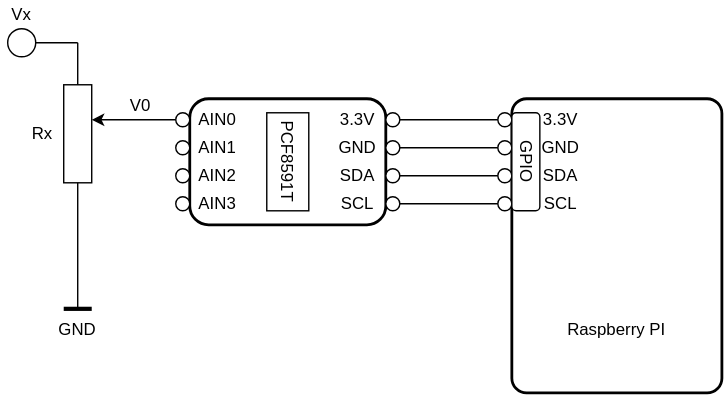
jveverka/rpi-projects keeps this draw.io diagram as rpi-voltage-current/docs/rpi-voltage-current-reference.drawio.svg. Above is the earlier version. Source tidied: cells renumbered, new cells last; positions are measured from the earlier drawing's top-left corner, leaving out a move shared by most shapes. The source it was exported from:
```xml
<mxGraphModel>
  <root>
    <mxCell id="0" />
    <mxCell id="1" parent="0" />
    <mxCell id="2" style="rounded=1;whiteSpace=wrap;html=1;arcSize=7;strokeWidth=2;" parent="1" vertex="1">
      <mxGeometry x="365" y="70" width="150" height="210" as="geometry" />
    </mxCell>
    <mxCell id="3" style="rounded=0;whiteSpace=wrap;html=1;" parent="1" vertex="1">
      <mxGeometry x="45" y="60" width="20" height="70" as="geometry" />
    </mxCell>
    <mxCell id="4" style="rounded=1;whiteSpace=wrap;html=1;strokeWidth=2;" parent="1" vertex="1">
      <mxGeometry x="135" y="70" width="140" height="90" as="geometry" />
    </mxCell>
    <mxCell id="5" style="endArrow=none;html=1;rounded=0;entryX=0.5;entryY=1;entryDx=0;entryDy=0;" parent="1" edge="1" target="3">
      <mxGeometry relative="1" as="geometry">
        <mxPoint x="55" y="220" as="sourcePoint" />
      </mxGeometry>
    </mxCell>
    <mxCell id="6" style="ellipse;whiteSpace=wrap;html=1;" parent="1" vertex="1">
      <mxGeometry x="125" y="80" width="10" height="10" as="geometry" />
    </mxCell>
    <mxCell id="7" style="ellipse;whiteSpace=wrap;html=1;" parent="1" vertex="1">
      <mxGeometry x="125" y="100" width="10" height="10" as="geometry" />
    </mxCell>
    <mxCell id="8" style="ellipse;whiteSpace=wrap;html=1;" parent="1" vertex="1">
      <mxGeometry x="125" y="120" width="10" height="10" as="geometry" />
    </mxCell>
    <mxCell id="9" style="ellipse;whiteSpace=wrap;html=1;" parent="1" vertex="1">
      <mxGeometry x="125" y="140" width="10" height="10" as="geometry" />
    </mxCell>
    <mxCell id="10" value="AIN0" style="text;html=1;strokeColor=none;fillColor=none;align=center;verticalAlign=middle;whiteSpace=wrap;rounded=0;" parent="1" vertex="1">
      <mxGeometry x="135" y="75" width="40" height="20" as="geometry" />
    </mxCell>
    <mxCell id="11" value="AIN1" style="text;html=1;strokeColor=none;fillColor=none;align=center;verticalAlign=middle;whiteSpace=wrap;rounded=0;" parent="1" vertex="1">
      <mxGeometry x="135" y="95" width="40" height="20" as="geometry" />
    </mxCell>
    <mxCell id="12" value="AIN2" style="text;html=1;strokeColor=none;fillColor=none;align=center;verticalAlign=middle;whiteSpace=wrap;rounded=0;" parent="1" vertex="1">
      <mxGeometry x="135" y="115" width="40" height="20" as="geometry" />
    </mxCell>
    <mxCell id="13" value="AIN3" style="text;html=1;strokeColor=none;fillColor=none;align=center;verticalAlign=middle;whiteSpace=wrap;rounded=0;" parent="1" vertex="1">
      <mxGeometry x="135" y="135" width="40" height="20" as="geometry" />
    </mxCell>
    <mxCell id="14" style="endArrow=classic;html=1;rounded=0;exitX=0;exitY=0.5;exitDx=0;exitDy=0;" parent="1" edge="1" source="6">
      <mxGeometry relative="1" as="geometry">
        <mxPoint x="65" y="85" as="targetPoint" />
      </mxGeometry>
    </mxCell>
    <mxCell id="15" value="PCF8591T" style="rounded=0;whiteSpace=wrap;html=1;rotation=90;" parent="1" vertex="1">
      <mxGeometry x="170" y="100" width="70" height="30" as="geometry" />
    </mxCell>
    <mxCell id="16" style="ellipse;whiteSpace=wrap;html=1;" parent="1" vertex="1">
      <mxGeometry x="275" y="80" width="10" height="10" as="geometry" />
    </mxCell>
    <mxCell id="17" style="ellipse;whiteSpace=wrap;html=1;" parent="1" vertex="1">
      <mxGeometry x="275" y="100" width="10" height="10" as="geometry" />
    </mxCell>
    <mxCell id="18" style="ellipse;whiteSpace=wrap;html=1;" parent="1" vertex="1">
      <mxGeometry x="275" y="120" width="10" height="10" as="geometry" />
    </mxCell>
    <mxCell id="19" style="ellipse;whiteSpace=wrap;html=1;" parent="1" vertex="1">
      <mxGeometry x="275" y="140" width="10" height="10" as="geometry" />
    </mxCell>
    <mxCell id="20" style="endArrow=none;html=1;rounded=0;strokeWidth=3;" parent="1" edge="1">
      <mxGeometry relative="1" as="geometry">
        <mxPoint x="45" y="220" as="sourcePoint" />
        <mxPoint x="65" y="220" as="targetPoint" />
      </mxGeometry>
    </mxCell>
    <mxCell id="21" value="GND" style="text;html=1;strokeColor=none;fillColor=none;align=center;verticalAlign=middle;whiteSpace=wrap;rounded=0;" parent="1" vertex="1">
      <mxGeometry x="25" y="220" width="60" height="30" as="geometry" />
    </mxCell>
    <mxCell id="22" style="endArrow=none;html=1;rounded=0;strokeWidth=1;exitX=0.5;exitY=0;exitDx=0;exitDy=0;" parent="1" edge="1" source="3">
      <mxGeometry relative="1" as="geometry">
        <mxPoint x="55" y="30" as="targetPoint" />
      </mxGeometry>
    </mxCell>
    <mxCell id="23" style="ellipse;whiteSpace=wrap;html=1;" parent="1" vertex="1">
      <mxGeometry x="5" y="20" width="20" height="20" as="geometry" />
    </mxCell>
    <mxCell id="24" style="endArrow=none;html=1;rounded=0;strokeWidth=1;exitX=1;exitY=0.5;exitDx=0;exitDy=0;" parent="1" edge="1" source="23">
      <mxGeometry relative="1" as="geometry">
        <mxPoint x="55" y="30" as="targetPoint" />
      </mxGeometry>
    </mxCell>
    <mxCell id="25" value="Vx" style="text;html=1;strokeColor=none;fillColor=none;align=center;verticalAlign=middle;whiteSpace=wrap;rounded=0;" parent="1" vertex="1">
      <mxGeometry width="30" height="20" as="geometry" />
    </mxCell>
    <mxCell id="26" style="ellipse;whiteSpace=wrap;html=1;" parent="1" vertex="1">
      <mxGeometry x="355" y="80" width="10" height="10" as="geometry" />
    </mxCell>
    <mxCell id="27" style="ellipse;whiteSpace=wrap;html=1;" parent="1" vertex="1">
      <mxGeometry x="355" y="100" width="10" height="10" as="geometry" />
    </mxCell>
    <mxCell id="28" style="ellipse;whiteSpace=wrap;html=1;" parent="1" vertex="1">
      <mxGeometry x="355" y="120" width="10" height="10" as="geometry" />
    </mxCell>
    <mxCell id="29" style="ellipse;whiteSpace=wrap;html=1;" parent="1" vertex="1">
      <mxGeometry x="355" y="140" width="10" height="10" as="geometry" />
    </mxCell>
    <mxCell id="30" value="3.3V" style="text;html=1;strokeColor=none;fillColor=none;align=center;verticalAlign=middle;whiteSpace=wrap;rounded=0;" parent="1" vertex="1">
      <mxGeometry x="385" y="75" width="30" height="20" as="geometry" />
    </mxCell>
    <mxCell id="31" value="GND" style="text;html=1;strokeColor=none;fillColor=none;align=center;verticalAlign=middle;whiteSpace=wrap;rounded=0;" parent="1" vertex="1">
      <mxGeometry x="385" y="95" width="30" height="20" as="geometry" />
    </mxCell>
    <mxCell id="32" value="SDA" style="text;html=1;strokeColor=none;fillColor=none;align=center;verticalAlign=middle;whiteSpace=wrap;rounded=0;" parent="1" vertex="1">
      <mxGeometry x="385" y="115" width="30" height="20" as="geometry" />
    </mxCell>
    <mxCell id="33" value="SCL" style="text;html=1;strokeColor=none;fillColor=none;align=center;verticalAlign=middle;whiteSpace=wrap;rounded=0;" parent="1" vertex="1">
      <mxGeometry x="385" y="135" width="30" height="20" as="geometry" />
    </mxCell>
    <mxCell id="34" value="Rx" style="text;html=1;strokeColor=none;fillColor=none;align=center;verticalAlign=middle;whiteSpace=wrap;rounded=0;" parent="1" vertex="1">
      <mxGeometry x="15" y="85" width="30" height="20" as="geometry" />
    </mxCell>
    <mxCell id="35" style="endArrow=none;html=1;rounded=0;strokeWidth=1;entryX=0;entryY=0.5;entryDx=0;entryDy=0;exitX=1;exitY=0.5;exitDx=0;exitDy=0;" parent="1" edge="1" source="16" target="26">
      <mxGeometry relative="1" as="geometry" />
    </mxCell>
    <mxCell id="36" style="endArrow=none;html=1;rounded=0;strokeWidth=1;entryX=0;entryY=0.5;entryDx=0;entryDy=0;exitX=1;exitY=0.5;exitDx=0;exitDy=0;" parent="1" edge="1" source="17" target="27">
      <mxGeometry relative="1" as="geometry" />
    </mxCell>
    <mxCell id="37" style="endArrow=none;html=1;rounded=0;strokeWidth=1;entryX=0;entryY=0.5;entryDx=0;entryDy=0;exitX=1;exitY=0.5;exitDx=0;exitDy=0;" parent="1" edge="1" source="18" target="28">
      <mxGeometry relative="1" as="geometry" />
    </mxCell>
    <mxCell id="38" style="endArrow=none;html=1;rounded=0;strokeWidth=1;entryX=0;entryY=0.5;entryDx=0;entryDy=0;exitX=1;exitY=0.5;exitDx=0;exitDy=0;" parent="1" edge="1" source="19" target="29">
      <mxGeometry relative="1" as="geometry" />
    </mxCell>
    <mxCell id="39" value="3.3V" style="text;html=1;strokeColor=none;fillColor=none;align=center;verticalAlign=middle;whiteSpace=wrap;rounded=0;" parent="1" vertex="1">
      <mxGeometry x="240" y="75" width="30" height="20" as="geometry" />
    </mxCell>
    <mxCell id="40" value="GND" style="text;html=1;strokeColor=none;fillColor=none;align=center;verticalAlign=middle;whiteSpace=wrap;rounded=0;" parent="1" vertex="1">
      <mxGeometry x="240" y="95" width="30" height="20" as="geometry" />
    </mxCell>
    <mxCell id="41" value="SDA" style="text;html=1;strokeColor=none;fillColor=none;align=center;verticalAlign=middle;whiteSpace=wrap;rounded=0;" parent="1" vertex="1">
      <mxGeometry x="240" y="115" width="30" height="20" as="geometry" />
    </mxCell>
    <mxCell id="42" value="SCL" style="text;html=1;strokeColor=none;fillColor=none;align=center;verticalAlign=middle;whiteSpace=wrap;rounded=0;" parent="1" vertex="1">
      <mxGeometry x="240" y="135" width="30" height="20" as="geometry" />
    </mxCell>
    <mxCell id="43" value="V0" style="text;html=1;strokeColor=none;fillColor=none;align=center;verticalAlign=middle;whiteSpace=wrap;rounded=0;" parent="1" vertex="1">
      <mxGeometry x="85" y="65" width="30" height="20" as="geometry" />
    </mxCell>
    <mxCell id="44" value="Raspberry PI" style="text;html=1;strokeColor=none;fillColor=none;align=center;verticalAlign=middle;whiteSpace=wrap;rounded=0;" parent="1" vertex="1">
      <mxGeometry x="395" y="220" width="90" height="30" as="geometry" />
    </mxCell>
    <mxCell id="45" value="GPIO" style="rounded=1;whiteSpace=wrap;html=1;rotation=90;" parent="1" vertex="1">
      <mxGeometry x="340" y="105" width="70" height="20" as="geometry" />
    </mxCell>
  </root>
</mxGraphModel>
```
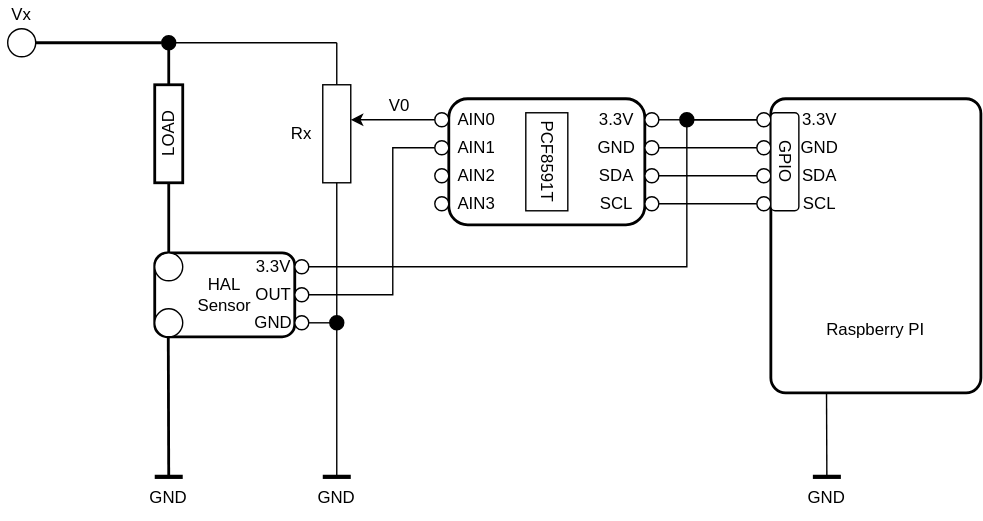
After the change.

What changed in the source:
```diff
@@ -11,9 +11,9 @@
     <mxCell id="4" style="rounded=1;whiteSpace=wrap;html=1;strokeWidth=2;" parent="1" vertex="1">
       <mxGeometry x="135" y="70" width="140" height="90" as="geometry" />
     </mxCell>
-    <mxCell id="5" style="endArrow=none;html=1;rounded=0;entryX=0.5;entryY=1;entryDx=0;entryDy=0;" parent="1" edge="1" target="3">
+    <mxCell id="5" style="endArrow=none;html=1;rounded=0;entryX=0.5;entryY=1;entryDx=0;entryDy=0;exitX=0.5;exitY=0;exitDx=0;exitDy=0;" parent="1" edge="1" target="3">
       <mxGeometry relative="1" as="geometry">
-        <mxPoint x="55" y="220" as="sourcePoint" />
+        <mxPoint x="55" y="340" as="sourcePoint" />
       </mxGeometry>
     </mxCell>
     <mxCell id="6" style="ellipse;whiteSpace=wrap;html=1;" parent="1" vertex="1">
@@ -62,12 +62,12 @@
     </mxCell>
     <mxCell id="20" style="endArrow=none;html=1;rounded=0;strokeWidth=3;" parent="1" edge="1">
       <mxGeometry relative="1" as="geometry">
-        <mxPoint x="45" y="220" as="sourcePoint" />
-        <mxPoint x="65" y="220" as="targetPoint" />
+        <mxPoint x="45" y="340" as="sourcePoint" />
+        <mxPoint x="65" y="340" as="targetPoint" />
       </mxGeometry>
     </mxCell>
     <mxCell id="21" value="GND" style="text;html=1;strokeColor=none;fillColor=none;align=center;verticalAlign=middle;whiteSpace=wrap;rounded=0;" parent="1" vertex="1">
-      <mxGeometry x="25" y="220" width="60" height="30" as="geometry" />
+      <mxGeometry x="25" y="340" width="60" height="30" as="geometry" />
     </mxCell>
     <mxCell id="22" style="endArrow=none;html=1;rounded=0;strokeWidth=1;exitX=0.5;exitY=0;exitDx=0;exitDy=0;" parent="1" edge="1" source="3">
       <mxGeometry relative="1" as="geometry">
@@ -75,15 +75,15 @@
       </mxGeometry>
     </mxCell>
     <mxCell id="23" style="ellipse;whiteSpace=wrap;html=1;" parent="1" vertex="1">
-      <mxGeometry x="5" y="20" width="20" height="20" as="geometry" />
+      <mxGeometry x="-180" y="20" width="20" height="20" as="geometry" />
     </mxCell>
-    <mxCell id="24" style="endArrow=none;html=1;rounded=0;strokeWidth=1;exitX=1;exitY=0.5;exitDx=0;exitDy=0;" parent="1" edge="1" source="23">
+    <mxCell id="24" style="endArrow=none;html=1;rounded=0;strokeWidth=1;exitX=1;exitY=0.5;exitDx=0;exitDy=0;startArrow=none;" parent="1" edge="1" source="65">
       <mxGeometry relative="1" as="geometry">
         <mxPoint x="55" y="30" as="targetPoint" />
       </mxGeometry>
     </mxCell>
     <mxCell id="25" value="Vx" style="text;html=1;strokeColor=none;fillColor=none;align=center;verticalAlign=middle;whiteSpace=wrap;rounded=0;" parent="1" vertex="1">
-      <mxGeometry width="30" height="20" as="geometry" />
+      <mxGeometry x="-185" width="30" height="20" as="geometry" />
     </mxCell>
     <mxCell id="26" style="ellipse;whiteSpace=wrap;html=1;" parent="1" vertex="1">
       <mxGeometry x="355" y="80" width="10" height="10" as="geometry" />
@@ -112,7 +112,7 @@
     <mxCell id="34" value="Rx" style="text;html=1;strokeColor=none;fillColor=none;align=center;verticalAlign=middle;whiteSpace=wrap;rounded=0;" parent="1" vertex="1">
       <mxGeometry x="15" y="85" width="30" height="20" as="geometry" />
     </mxCell>
-    <mxCell id="35" style="endArrow=none;html=1;rounded=0;strokeWidth=1;entryX=0;entryY=0.5;entryDx=0;entryDy=0;exitX=1;exitY=0.5;exitDx=0;exitDy=0;" parent="1" edge="1" source="16" target="26">
+    <mxCell id="35" style="endArrow=none;html=1;rounded=0;strokeWidth=1;entryX=0;entryY=0.5;entryDx=0;entryDy=0;exitX=1;exitY=0.5;exitDx=0;exitDy=0;startArrow=none;" parent="1" edge="1" source="68" target="26">
       <mxGeometry relative="1" as="geometry" />
     </mxCell>
     <mxCell id="36" style="endArrow=none;html=1;rounded=0;strokeWidth=1;entryX=0;entryY=0.5;entryDx=0;entryDy=0;exitX=1;exitY=0.5;exitDx=0;exitDy=0;" parent="1" edge="1" source="17" target="27">
@@ -145,5 +145,111 @@
     <mxCell id="45" value="GPIO" style="rounded=1;whiteSpace=wrap;html=1;rotation=90;" parent="1" vertex="1">
       <mxGeometry x="340" y="105" width="70" height="20" as="geometry" />
     </mxCell>
+    <mxCell id="46" value="HAL&lt;br&gt;Sensor" style="rounded=1;whiteSpace=wrap;html=1;strokeWidth=2;" parent="1" vertex="1">
+      <mxGeometry x="-75" y="180" width="100" height="60" as="geometry" />
+    </mxCell>
+    <mxCell id="47" style="ellipse;whiteSpace=wrap;html=1;" parent="1" vertex="1">
+      <mxGeometry x="-75" y="180" width="20" height="20" as="geometry" />
+    </mxCell>
+    <mxCell id="48" value="LOAD" style="rounded=0;whiteSpace=wrap;html=1;rotation=-90;strokeWidth=2;" parent="1" vertex="1">
+      <mxGeometry x="-100" y="85" width="70" height="20" as="geometry" />
+    </mxCell>
+    <mxCell id="49" style="ellipse;whiteSpace=wrap;html=1;" parent="1" vertex="1">
+      <mxGeometry x="-75" y="220" width="20" height="20" as="geometry" />
+    </mxCell>
+    <mxCell id="50" style="ellipse;whiteSpace=wrap;html=1;" parent="1" vertex="1">
+      <mxGeometry x="25" y="185" width="10" height="10" as="geometry" />
+    </mxCell>
+    <mxCell id="51" style="ellipse;whiteSpace=wrap;html=1;" parent="1" vertex="1">
+      <mxGeometry x="25" y="205" width="10" height="10" as="geometry" />
+    </mxCell>
+    <mxCell id="52" style="ellipse;whiteSpace=wrap;html=1;" parent="1" vertex="1">
+      <mxGeometry x="25" y="225" width="10" height="10" as="geometry" />
+    </mxCell>
+    <mxCell id="53" value="3.3V" style="text;html=1;strokeColor=none;fillColor=none;align=center;verticalAlign=middle;whiteSpace=wrap;rounded=0;" parent="1" vertex="1">
+      <mxGeometry x="-5" y="180" width="30" height="20" as="geometry" />
+    </mxCell>
+    <mxCell id="54" value="GND" style="text;html=1;strokeColor=none;fillColor=none;align=center;verticalAlign=middle;whiteSpace=wrap;rounded=0;" parent="1" vertex="1">
+      <mxGeometry x="-5" y="220" width="30" height="20" as="geometry" />
+    </mxCell>
+    <mxCell id="55" style="endArrow=none;html=1;rounded=0;entryX=0;entryY=0.5;entryDx=0;entryDy=0;strokeWidth=2;" parent="1" edge="1" source="47" target="48">
+      <mxGeometry relative="1" as="geometry" />
+    </mxCell>
+    <mxCell id="56" style="endArrow=none;html=1;rounded=0;entryX=0;entryY=0.5;entryDx=0;entryDy=0;strokeWidth=2;" parent="1" edge="1">
+      <mxGeometry relative="1" as="geometry">
+        <mxPoint x="-65" y="340" as="sourcePoint" />
+        <mxPoint x="-65.3" y="240" as="targetPoint" />
+      </mxGeometry>
+    </mxCell>
+    <mxCell id="57" style="endArrow=none;html=1;rounded=0;strokeWidth=3;" parent="1" edge="1">
+      <mxGeometry relative="1" as="geometry">
+        <mxPoint x="-75" y="340" as="sourcePoint" />
+        <mxPoint x="-55" y="340" as="targetPoint" />
+      </mxGeometry>
+    </mxCell>
+    <mxCell id="58" value="GND" style="text;html=1;strokeColor=none;fillColor=none;align=center;verticalAlign=middle;whiteSpace=wrap;rounded=0;" parent="1" vertex="1">
+      <mxGeometry x="-95" y="340" width="60" height="30" as="geometry" />
+    </mxCell>
+    <mxCell id="59" value="OUT" style="text;html=1;strokeColor=none;fillColor=none;align=center;verticalAlign=middle;whiteSpace=wrap;rounded=0;" parent="1" vertex="1">
+      <mxGeometry x="-5" y="200" width="30" height="20" as="geometry" />
+    </mxCell>
+    <mxCell id="60" style="endArrow=none;html=1;rounded=0;exitX=1;exitY=0.5;exitDx=0;exitDy=0;startArrow=none;" parent="1" edge="1" source="61">
+      <mxGeometry relative="1" as="geometry">
+        <mxPoint x="55" y="230" as="targetPoint" />
+      </mxGeometry>
+    </mxCell>
+    <mxCell id="61" style="ellipse;whiteSpace=wrap;html=1;fillColor=#000000;" parent="1" vertex="1">
+      <mxGeometry x="50" y="225" width="10" height="10" as="geometry" />
+    </mxCell>
+    <mxCell id="62" style="endArrow=none;html=1;rounded=0;exitX=1;exitY=0.5;exitDx=0;exitDy=0;" parent="1" edge="1" source="52" target="61">
+      <mxGeometry relative="1" as="geometry" />
+    </mxCell>
+    <mxCell id="63" style="endArrow=none;html=1;rounded=0;exitX=1;exitY=0.5;exitDx=0;exitDy=0;entryX=0;entryY=0.5;entryDx=0;entryDy=0;" parent="1" edge="1" source="51" target="7">
+      <mxGeometry relative="1" as="geometry">
+        <Array as="points">
+          <mxPoint x="95" y="210" />
+          <mxPoint x="95" y="105" />
+        </Array>
+      </mxGeometry>
+    </mxCell>
+    <mxCell id="64" style="endArrow=none;html=1;rounded=0;exitX=1;exitY=0.5;exitDx=0;exitDy=0;strokeWidth=2;" parent="1" edge="1" source="48">
+      <mxGeometry relative="1" as="geometry">
+        <mxPoint x="-65" y="30" as="targetPoint" />
+      </mxGeometry>
+    </mxCell>
+    <mxCell id="65" style="ellipse;whiteSpace=wrap;html=1;fillColor=#000000;" parent="1" vertex="1">
+      <mxGeometry x="-70" y="25" width="10" height="10" as="geometry" />
+    </mxCell>
+    <mxCell id="66" style="endArrow=none;html=1;rounded=0;strokeWidth=2;exitX=1;exitY=0.5;exitDx=0;exitDy=0;" parent="1" edge="1" source="23" target="65">
+      <mxGeometry relative="1" as="geometry" />
+    </mxCell>
+    <mxCell id="67" style="endArrow=none;html=1;rounded=0;strokeWidth=1;exitX=1;exitY=0.5;exitDx=0;exitDy=0;entryX=0;entryY=0.5;entryDx=0;entryDy=0;" parent="1" edge="1" source="50" target="26">
+      <mxGeometry relative="1" as="geometry">
+        <Array as="points">
+          <mxPoint x="305" y="190" />
+          <mxPoint x="305" y="85" />
+        </Array>
+      </mxGeometry>
+    </mxCell>
+    <mxCell id="68" style="ellipse;whiteSpace=wrap;html=1;fillColor=#000000;" parent="1" vertex="1">
+      <mxGeometry x="300" y="80" width="10" height="10" as="geometry" />
+    </mxCell>
+    <mxCell id="69" style="endArrow=none;html=1;rounded=0;strokeWidth=1;entryX=0;entryY=0.5;entryDx=0;entryDy=0;exitX=1;exitY=0.5;exitDx=0;exitDy=0;" parent="1" edge="1" source="16" target="68">
+      <mxGeometry relative="1" as="geometry" />
+    </mxCell>
+    <mxCell id="70" style="endArrow=none;html=1;rounded=0;strokeWidth=1;entryX=0.265;entryY=0.998;entryDx=0;entryDy=0;entryPerimeter=0;" parent="1" edge="1" target="2">
+      <mxGeometry relative="1" as="geometry">
+        <mxPoint x="405" y="340" as="sourcePoint" />
+      </mxGeometry>
+    </mxCell>
+    <mxCell id="71" style="endArrow=none;html=1;rounded=0;strokeWidth=3;" parent="1" edge="1">
+      <mxGeometry relative="1" as="geometry">
+        <mxPoint x="395" y="340" as="sourcePoint" />
+        <mxPoint x="415" y="340" as="targetPoint" />
+      </mxGeometry>
+    </mxCell>
+    <mxCell id="72" value="GND" style="text;html=1;strokeColor=none;fillColor=none;align=center;verticalAlign=middle;whiteSpace=wrap;rounded=0;" parent="1" vertex="1">
+      <mxGeometry x="375" y="340" width="60" height="30" as="geometry" />
+    </mxCell>
   </root>
 </mxGraphModel>
```
